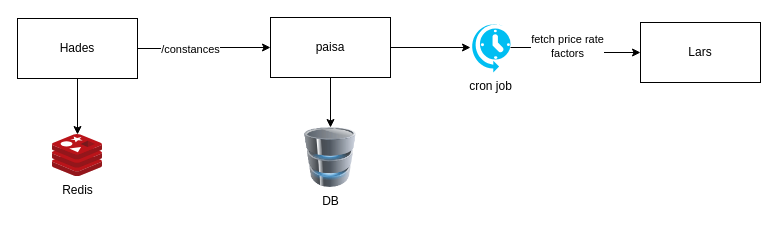
Before: paisa-ovh.drawio in kapiloyo/kapiloyo, a draw.io diagram. Source tidied: cells renumbered, new cells numbered last; positions are measured from the earlier drawing's top-left corner, leaving out a move shared by most shapes. Both pictures are drawn from the tidied source at 100%, with x=0, y=0 at pixel (17, 17).
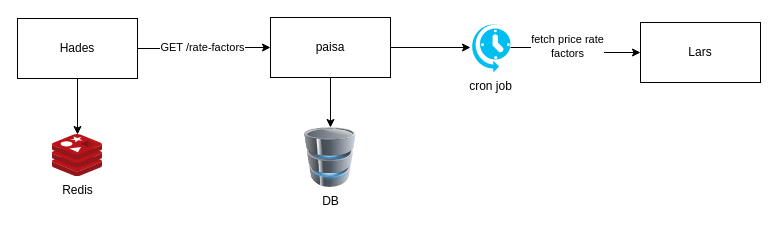
After the change.

What changed in the source:
```diff
@@
 <mxGraphModel>
   <root>
     <mxCell id="0" />
     <mxCell id="1" parent="0" />
     <mxCell id="2" style="edgeStyle=orthogonalEdgeStyle;rounded=0;jettySize=auto;html=1;" parent="1" edge="1" source="4" target="7">
       <mxGeometry relative="1" as="geometry" />
     </mxCell>
     <mxCell id="3" style="edgeStyle=orthogonalEdgeStyle;rounded=0;jettySize=auto;html=1;" parent="1" edge="1" source="4" target="9">
       <mxGeometry relative="1" as="geometry" />
     </mxCell>
     <mxCell id="4" value="paisa" style="rounded=0;whiteSpace=wrap;html=1;" parent="1" vertex="1">
       <mxGeometry x="253" width="120" height="60" as="geometry" />
     </mxCell>
     <mxCell id="5" style="edgeStyle=orthogonalEdgeStyle;rounded=0;jettySize=auto;html=1;entryX=0;entryY=0.5;entryDx=0;entryDy=0;" parent="1" edge="1" source="7" target="8">
       <mxGeometry relative="1" as="geometry" />
     </mxCell>
     <mxCell id="6" value="fetch price rate&lt;div&gt;factors&lt;/div&gt;" style="edgeLabel;html=1;align=center;verticalAlign=middle;" parent="5" vertex="1">
       <mxGeometry x="-0.17" y="2" relative="1" as="geometry" />
     </mxCell>
     <mxCell id="7" value="cron job" style="verticalLabelPosition=bottom;html=1;verticalAlign=top;align=center;strokeColor=none;fillColor=#00BEF2;shape=mxgraph.azure.scheduler;" parent="1" vertex="1">
       <mxGeometry x="453" y="5" width="40" height="50" as="geometry" />
     </mxCell>
     <mxCell id="8" value="Lars" style="rounded=0;whiteSpace=wrap;html=1;" parent="1" vertex="1">
       <mxGeometry x="623" y="5" width="120" height="60" as="geometry" />
     </mxCell>
     <mxCell id="9" value="DB" style="image;html=1;image=img/lib/clip_art/computers/Database_128x128.png;" parent="1" vertex="1">
       <mxGeometry x="280.5" y="110" width="65" height="60" as="geometry" />
     </mxCell>
     <mxCell id="10" style="edgeStyle=orthogonalEdgeStyle;rounded=0;jettySize=auto;html=1;entryX=0;entryY=0.5;entryDx=0;entryDy=0;" parent="1" edge="1" source="13" target="4">
       <mxGeometry relative="1" as="geometry" />
     </mxCell>
-    <mxCell id="11" value="/constances" style="edgeLabel;html=1;align=center;verticalAlign=middle;" parent="10" vertex="1">
-      <mxGeometry x="-0.23" relative="1" as="geometry" />
+    <mxCell id="11" value="GET /rate-factors" style="edgeLabel;html=1;align=center;verticalAlign=middle;" parent="10" vertex="1">
+      <mxGeometry x="-0.23" relative="1" as="geometry">
+        <mxPoint x="12" y="-2" as="offset" />
+      </mxGeometry>
     </mxCell>
     <mxCell id="12" style="edgeStyle=orthogonalEdgeStyle;rounded=0;jettySize=auto;html=1;" parent="1" edge="1" source="13" target="14">
       <mxGeometry relative="1" as="geometry" />
     </mxCell>
     <mxCell id="13" value="Hades" style="rounded=0;whiteSpace=wrap;html=1;" parent="1" vertex="1">
       <mxGeometry y="1" width="120" height="60" as="geometry" />
     </mxCell>
     <mxCell id="14" value="Redis" style="image;sketch=0;html=1;points=[];align=center;fontSize=12;image=img/lib/mscae/Cache_Redis_Product.svg;" parent="1" vertex="1">
       <mxGeometry x="35" y="117" width="50" height="42" as="geometry" />
     </mxCell>
   </root>
 </mxGraphModel>
```
